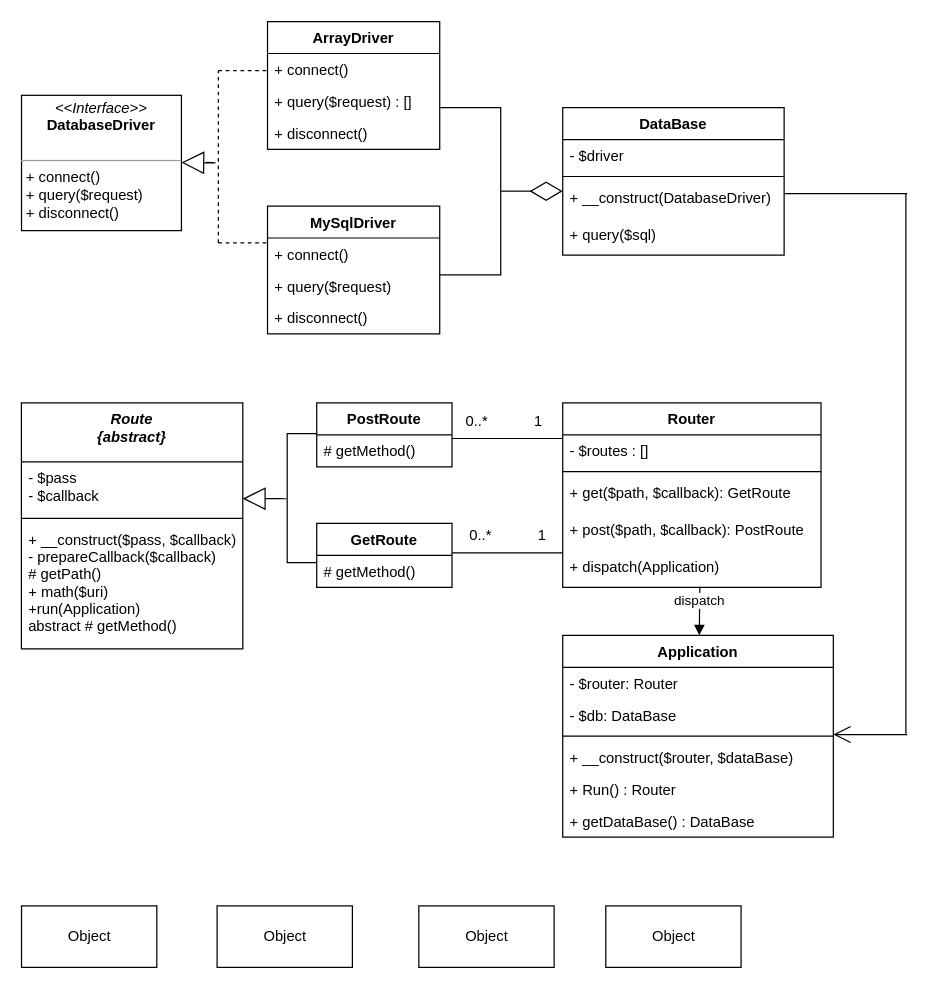
Before: Untitled Diagram.drawio in VadimVikt/draw, a draw.io diagram. Source tidied: cells renumbered, new cells numbered last; positions are measured from the earlier drawing's top-left corner, leaving out a move shared by most shapes. Both pictures are drawn from the tidied source at 123%, with x=0, y=0 at pixel (21, 21).
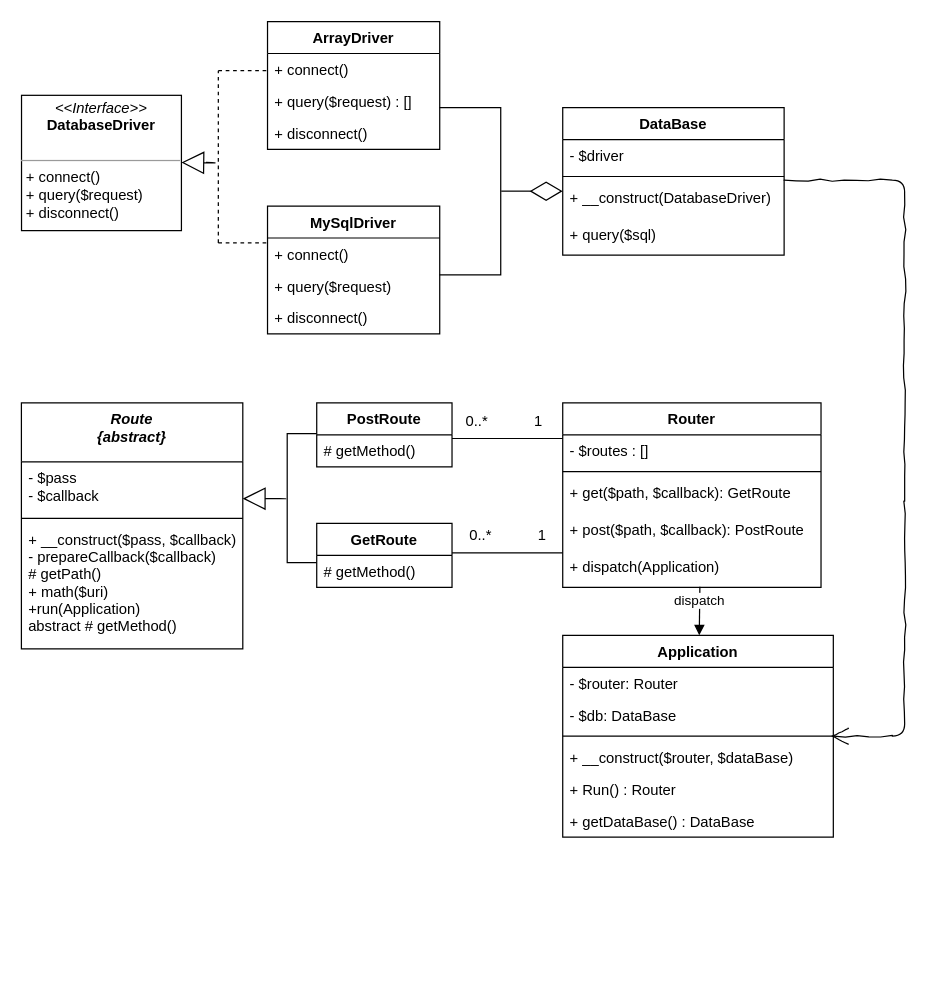
After the change.

What changed in the source:
```diff
@@
-    <mxCell id="52" style="endArrow=open;endFill=1;endSize=12;html=1;entryX=1;entryY=0.5;entryDx=0;entryDy=0;" parent="1" edge="1">
+    <mxCell id="52" style="endArrow=open;endFill=1;endSize=12;html=1;comic=1;" parent="1" edge="1">
       <mxGeometry relative="1" as="geometry">
-        <mxPoint x="720" y="579.7" as="sourcePoint" />
-        <mxPoint x="660" y="579.7" as="targetPoint" />
+        <mxPoint x="620" y="129" as="sourcePoint" />
+        <mxPoint x="658" y="581" as="targetPoint" />
+        <Array as="points">
+          <mxPoint x="718" y="129" />
+          <mxPoint x="718" y="380" />
+          <mxPoint x="718" y="581" />
+        </Array>
       </mxGeometry>
     </mxCell>
-    <mxCell id="53" style="endArrow=none;html=1;" parent="1" edge="1">
-      <mxGeometry relative="1" as="geometry">
-        <mxPoint x="719" y="579" as="sourcePoint" />
-        <mxPoint x="719" y="140" as="targetPoint" />
-      </mxGeometry>
-    </mxCell>
-    <mxCell id="54" style="endArrow=none;html=1;exitX=1;exitY=0.333;exitDx=0;exitDy=0;exitPerimeter=0;" parent="1" edge="1">
-      <mxGeometry relative="1" as="geometry">
-        <mxPoint x="620" y="140" as="sourcePoint" />
-        <mxPoint x="720" y="140" as="targetPoint" />
-      </mxGeometry>
-    </mxCell>
-    <mxCell id="55" value="Object" style="html=1;strokeWidth=1;" parent="1" vertex="1">
-      <mxGeometry y="719" width="110" height="50" as="geometry" />
-    </mxCell>
-    <mxCell id="56" value="Object" style="html=1;strokeWidth=1;" parent="1" vertex="1">
-      <mxGeometry x="159" y="719" width="110" height="50" as="geometry" />
-    </mxCell>
-    <mxCell id="57" value="Object" style="html=1;strokeWidth=1;" parent="1" vertex="1">
-      <mxGeometry x="323" y="719" width="110" height="50" as="geometry" />
-    </mxCell>
-    <mxCell id="58" value="Object" style="html=1;strokeWidth=1;" parent="1" vertex="1">
-      <mxGeometry x="475" y="719" width="110" height="50" as="geometry" />
-    </mxCell>
```
